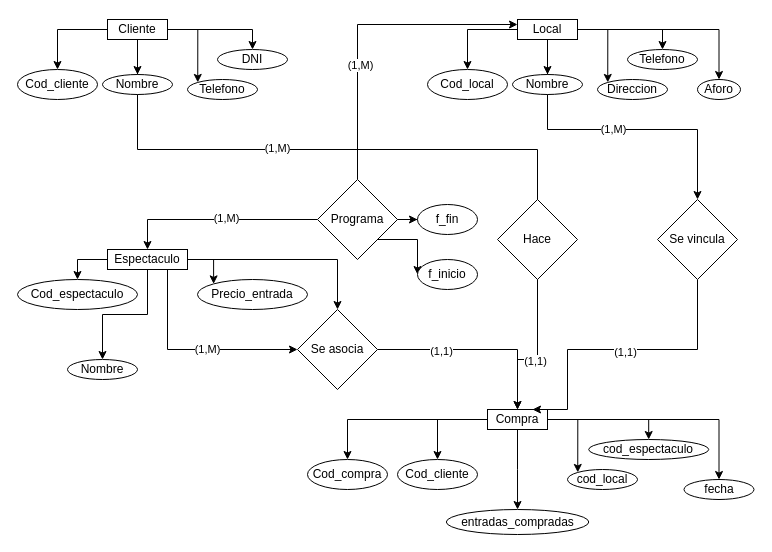
Earlier version of the draw.io diagram ventadeboletas.drawio (jhosebro/Bases-de-datos). Source tidied: cells renumbered, new cells numbered last; positions are measured from the earlier drawing's top-left corner, leaving out a move shared by most shapes. Both pictures are drawn from the tidied source at 100%, with x=0, y=0 at pixel (17, 19).
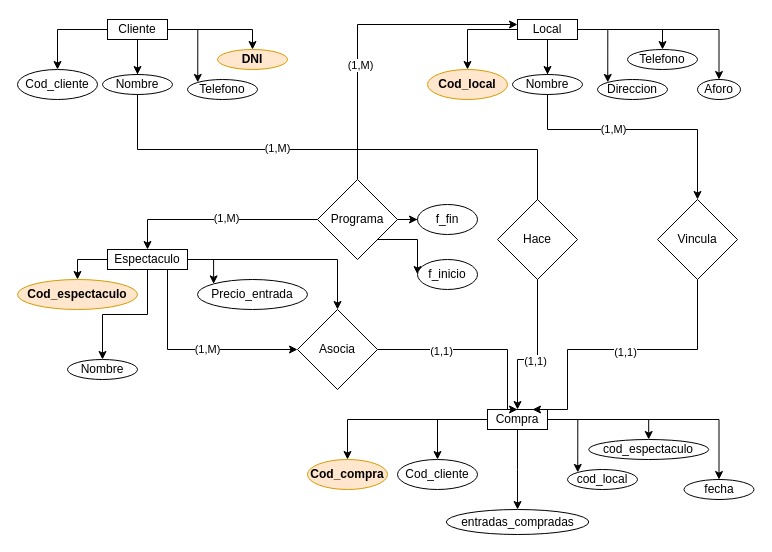
The same diagram, later.

Unchanged cells that the change refers to:
```xml
<mxCell id="51" value="Compra" style="rounded=0;whiteSpace=wrap;html=1;" parent="1" vertex="1">
  <mxGeometry x="470" y="390" width="60" height="20" as="geometry" />
</mxCell>
```

Diff of the diagram source:
```diff
@@
-    <mxCell id="13" value="DNI" style="ellipse;whiteSpace=wrap;html=1;" parent="1" vertex="1">
+    <mxCell id="13" value="DNI" style="ellipse;whiteSpace=wrap;html=1;fontStyle=1;fillColor=#ffe6cc;strokeColor=#d79b00;" parent="1" vertex="1">
       <mxGeometry x="200" y="30" width="70" height="20" as="geometry" />
     </mxCell>
@@
-    <mxCell id="22" value="Cod_local" style="ellipse;whiteSpace=wrap;html=1;" parent="1" vertex="1">
+    <mxCell id="22" value="Cod_local" style="ellipse;whiteSpace=wrap;html=1;fillColor=#ffe6cc;strokeColor=#d79b00;fontStyle=1;" parent="1" vertex="1">
       <mxGeometry x="410" y="50" width="80" height="30" as="geometry" />
     </mxCell>
@@
-    <mxCell id="33" value="Cod_espectaculo" style="ellipse;whiteSpace=wrap;html=1;" parent="1" vertex="1">
+    <mxCell id="33" value="Cod_espectaculo" style="ellipse;whiteSpace=wrap;html=1;fontStyle=1;fillColor=#ffe6cc;strokeColor=#d79b00;" parent="1" vertex="1">
       <mxGeometry y="260" width="120" height="30" as="geometry" />
     </mxCell>
@@
-    <mxCell id="57" value="Cod_compra" style="ellipse;whiteSpace=wrap;html=1;" parent="1" vertex="1">
+    <mxCell id="57" value="Cod_compra" style="ellipse;whiteSpace=wrap;html=1;fillColor=#ffe6cc;strokeColor=#d79b00;fontStyle=1;" parent="1" vertex="1">
       <mxGeometry x="290" y="440" width="80" height="30" as="geometry" />
     </mxCell>
@@
     <mxCell id="60" style="edgeStyle=orthogonalEdgeStyle;rounded=0;jettySize=auto;html=1;entryX=0.5;entryY=0;entryDx=0;entryDy=0;" parent="1" edge="1" source="62" target="51">
-      <mxGeometry relative="1" as="geometry" />
+      <mxGeometry relative="1" as="geometry">
+        <Array as="points">
+          <mxPoint x="490" y="330" />
+          <mxPoint x="490" y="390" />
+        </Array>
+      </mxGeometry>
     </mxCell>
@@
-    <mxCell id="62" value="Se asocia" style="rhombus;whiteSpace=wrap;html=1;" parent="1" vertex="1">
+    <mxCell id="62" value="Asocia" style="rhombus;whiteSpace=wrap;html=1;" parent="1" vertex="1">
       <mxGeometry x="280" y="290" width="80" height="80" as="geometry" />
     </mxCell>
@@
-    <mxCell id="65" value="Se vincula" style="rhombus;whiteSpace=wrap;html=1;" parent="1" vertex="1">
+    <mxCell id="65" value="Vincula" style="rhombus;whiteSpace=wrap;html=1;" parent="1" vertex="1">
       <mxGeometry x="640" y="180" width="80" height="80" as="geometry" />
     </mxCell>
```
